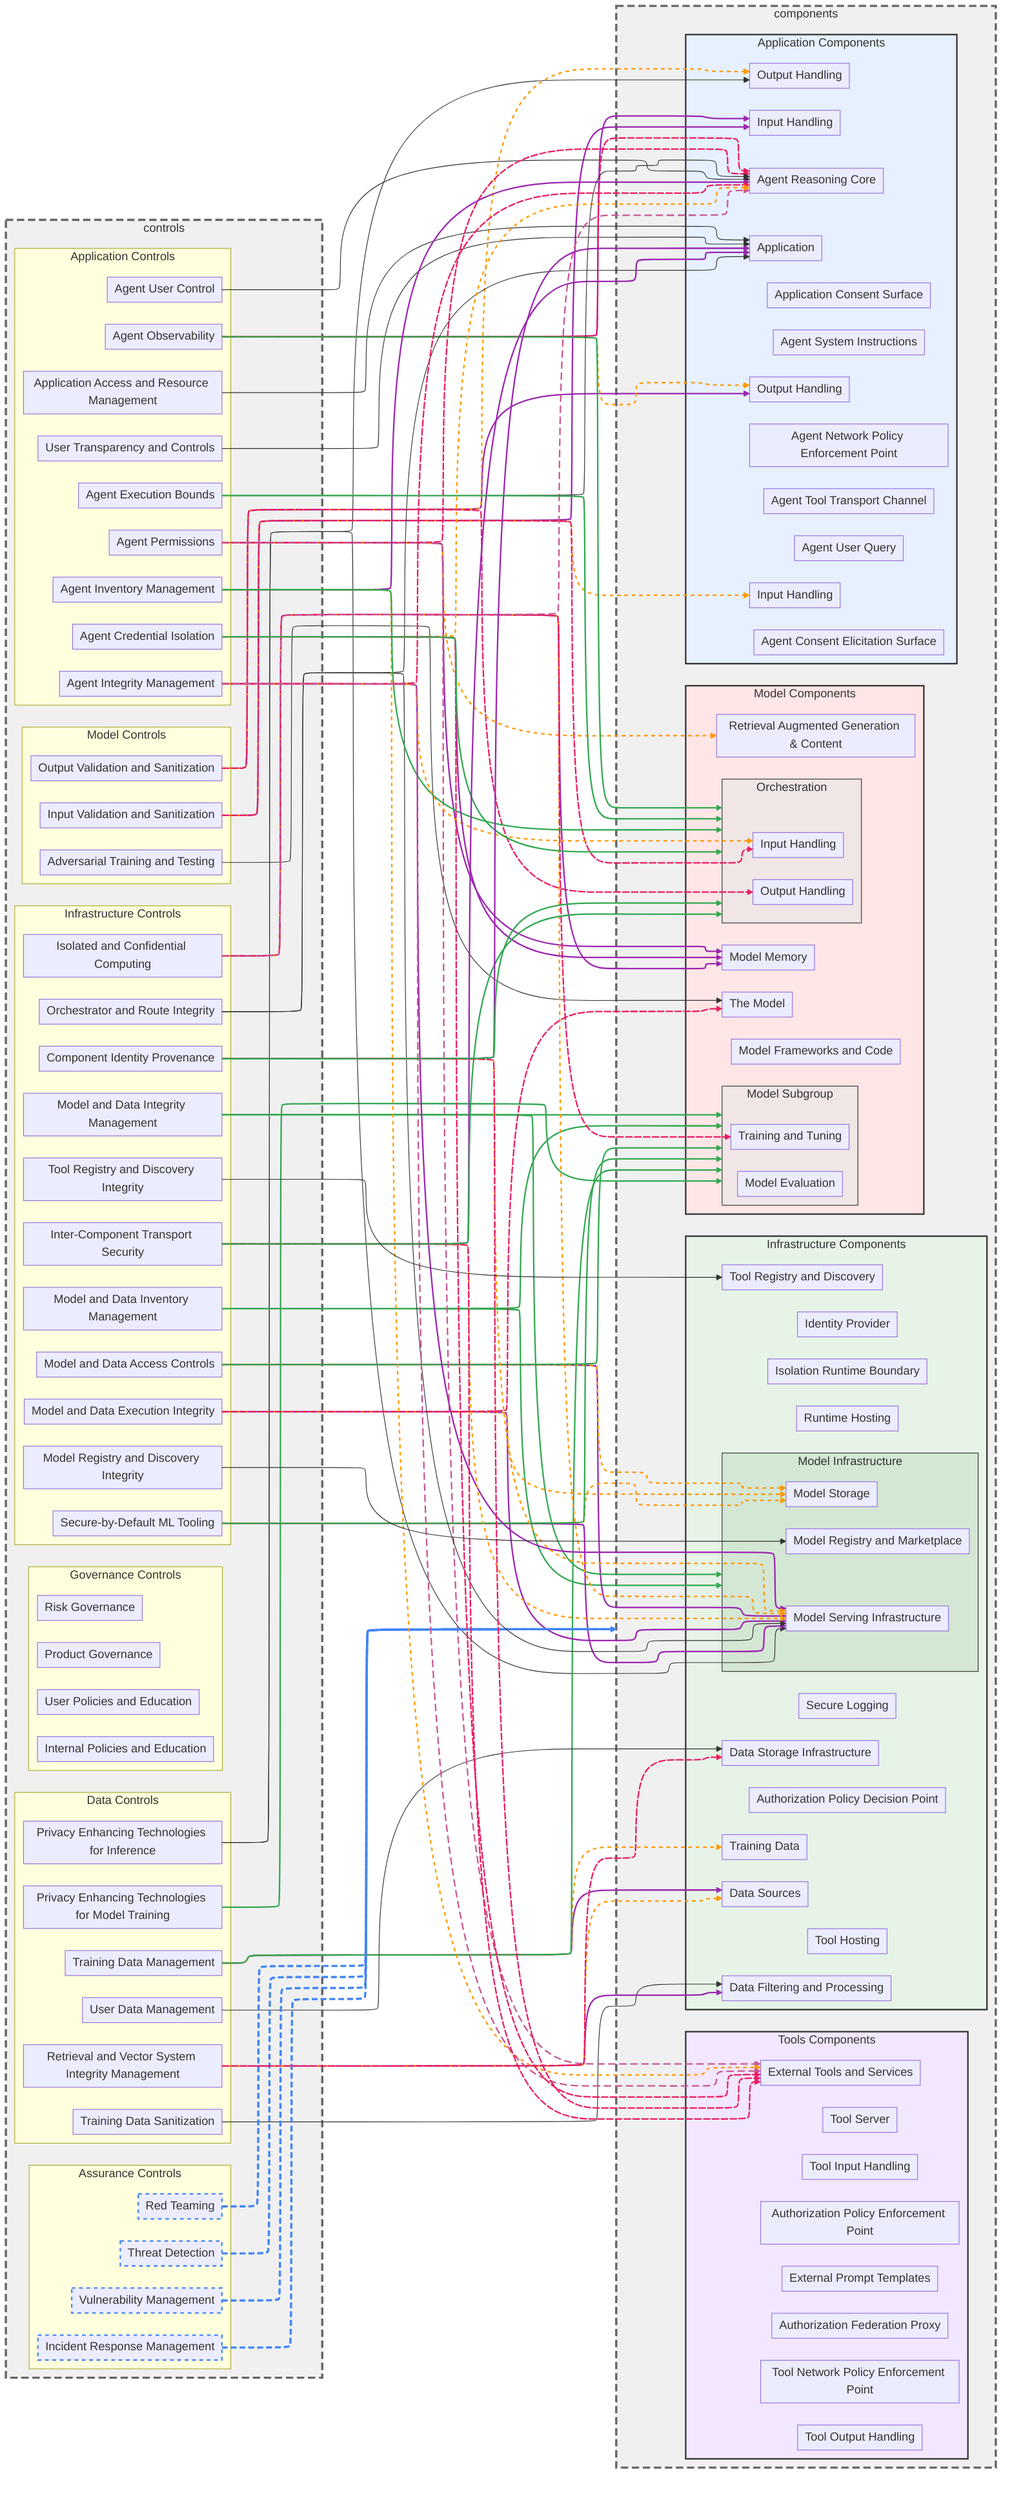
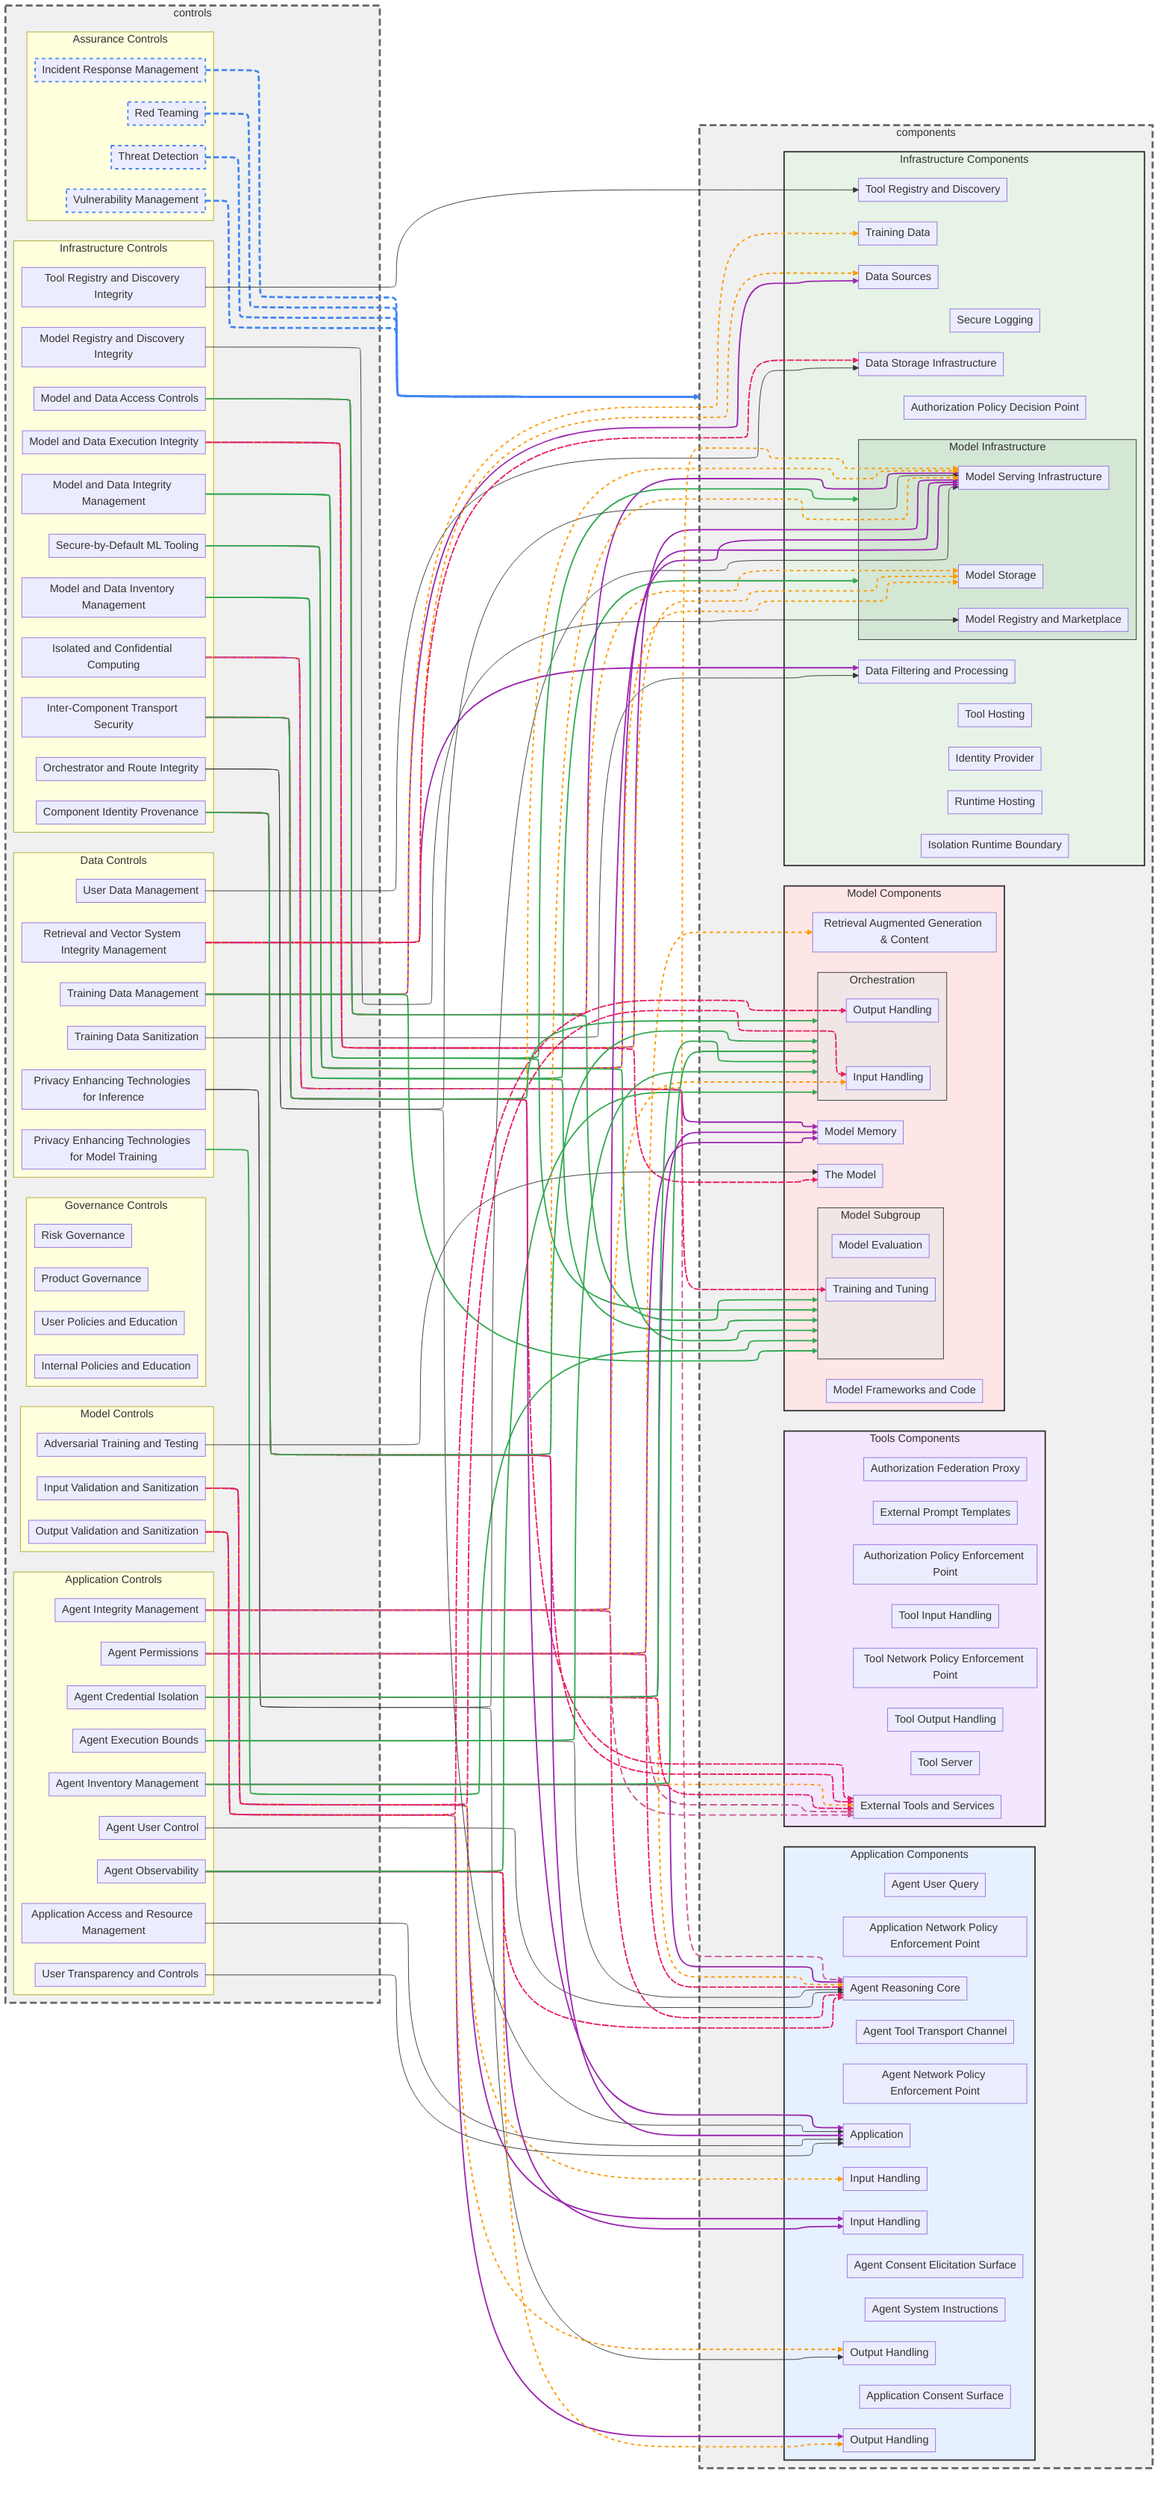
---
config:
  layout: elk
  elk:
    mergeEdges: True
    nodePlacementStrategy: NETWORK_SIMPLEX
---

graph LR
   %%{init: {'flowchart': {'nodeSpacing': 25, 'rankSpacing': 150, 'padding': 5, 'wrappingWidth': 250}}}%%
    classDef hidden display: none;
    classDef allControl stroke:#4285f4,stroke-width:2px,stroke-dasharray: 5 5

    subgraph controls
    subgraph controlsData ["Data Controls"]
        controlModelPrivacyEnhancingTechnologies[Privacy Enhancing Technologies for Model Training]
        controlRetrievalAndVectorSystemIntegrity[Retrieval and Vector System Integrity Management]
        controlRuntimePrivacyEnhancingTechnologies[Privacy Enhancing Technologies for Inference]
        controlTrainingDataManagement[Training Data Management]
        controlTrainingDataSanitization[Training Data Sanitization]
        controlUserDataManagement[User Data Management]
    end

    subgraph controlsInfrastructure ["Infrastructure Controls"]
        controlComponentIdentityProvenance[Component Identity Provenance]
        controlInterComponentTransportSecurity[Inter-Component Transport Security]
        controlIsolatedConfidentialComputing[Isolated and Confidential Computing]
        controlModelAndDataAccessControls[Model and Data Access Controls]
        controlModelAndDataExecutionIntegrity[Model and Data Execution Integrity]
        controlModelAndDataIntegrityManagement[Model and Data Integrity Management]
        controlModelAndDataInventoryManagement[Model and Data Inventory Management]
        controlModelRegistryIntegrity[Model Registry and Discovery Integrity]
        controlOrchestratorAndRouteIntegrity[Orchestrator and Route Integrity]
        controlSecureByDefaultMLTooling[Secure-by-Default ML Tooling]
        controlToolRegistryAndDiscoveryIntegrity[Tool Registry and Discovery Integrity]
    end

    subgraph controlsModel ["Model Controls"]
        controlAdversarialTrainingAndTesting[Adversarial Training and Testing]
        controlInputValidationAndSanitization[Input Validation and Sanitization]
        controlOutputValidationAndSanitization[Output Validation and Sanitization]
    end

    subgraph controlsApplication ["Application Controls"]
        controlAgentCredentialIsolation[Agent Credential Isolation]
        controlAgentExecutionBounds[Agent Execution Bounds]
        controlAgentIntegrityManagement[Agent Integrity Management]
        controlAgentInventoryManagement[Agent Inventory Management]
        controlAgentObservability[Agent Observability]
        controlAgentPluginPermissions[Agent Permissions]
        controlAgentPluginUserControl[Agent User Control]
        controlApplicationAccessManagement[Application Access and Resource Management]
        controlUserTransparencyAndControls[User Transparency and Controls]
    end

    subgraph controlsAssurance ["Assurance Controls"]
        controlIncidentResponseManagement[Incident Response Management]
        controlRedTeaming[Red Teaming]
        controlThreatDetection[Threat Detection]
        controlVulnerabilityManagement[Vulnerability Management]
    end

    subgraph controlsGovernance ["Governance Controls"]
        direction LR
        controlInternalPoliciesAndEducation[Internal Policies and Education]
        controlProductGovernance[Product Governance]
        controlRiskGovernance[Risk Governance]
        controlUserPoliciesAndEducation[User Policies and Education]
    end

    end

    subgraph components
    subgraph componentsInfrastructure ["Infrastructure Components"]
        componentAuthorizationPolicyDecisionPoint[Authorization Policy Decision Point]
        componentDataFilteringAndProcessing[Data Filtering and Processing]
        componentDataSources[Data Sources]
        componentDataStorage[Data Storage Infrastructure]
        componentIdentityProvider[Identity Provider]
        componentIsolationRuntime[Isolation Runtime Boundary]
        componentRuntimeHosting[Runtime Hosting]
        componentSecureLogging[Secure Logging]
        componentToolHosting[Tool Hosting]
        componentToolRegistry[Tool Registry and Discovery]
        componentTrainingData[Training Data]
        subgraph componentsModelInfrastructure ["Model Infrastructure"]
            componentModelRegistry[Model Registry and Marketplace]
            componentModelServing[Model Serving Infrastructure]
            componentModelStorage[Model Storage]
        end
    end

    subgraph componentsModel ["Model Components"]
        componentMemory[Model Memory]
        componentModelFrameworksAndCode[Model Frameworks and Code]
        componentRAGContent[Retrieval Augmented Generation & Content]
        componentTheModel[The Model]
        subgraph componentsModelSubgroup ["Model Subgroup"]
            componentModelEvaluation[Model Evaluation]
            componentModelTrainingTuning[Training and Tuning]
        end
        subgraph componentsOrchestration ["Orchestration"]
            componentOrchestrationInputHandling[Input Handling]
            componentOrchestrationOutputHandling[Output Handling]
        end
    end

    subgraph componentsApplication ["Application Components"]
        componentAgentConsentSurface[Agent Consent Elicitation Surface]
        componentAgentInputHandling[Input Handling]
        componentAgentNetworkPolicyEnforcementPoint[Agent Network Policy Enforcement Point]
        componentAgentOutputHandling[Output Handling]
        componentAgentSystemInstruction[Agent System Instructions]
        componentAgentToolTransport[Agent Tool Transport Channel]
        componentAgentUserQuery[Agent User Query]
        componentApplication[Application]
        componentApplicationConsentSurface[Application Consent Surface]
        componentApplicationInputHandling[Input Handling]
+         componentApplicationNetworkPolicyEnforcementPoint[Application Network Policy Enforcement Point]
        componentApplicationOutputHandling[Output Handling]
        componentReasoningCore[Agent Reasoning Core]
    end

    subgraph componentsTools ["Tools Components"]
        componentAuthorizationPolicyEnforcementPoint[Authorization Policy Enforcement Point]
        componentExternalPromptTemplate[External Prompt Templates]
        componentFederationProxy[Authorization Federation Proxy]
        componentToolInputHandling[Tool Input Handling]
        componentToolNetworkPolicyEnforcementPoint[Tool Network Policy Enforcement Point]
        componentToolOutputHandling[Tool Output Handling]
        componentToolServer[Tool Server]
        componentTools[External Tools and Services]
    end

    end

    %% Control to Component relationships
    controlModelPrivacyEnhancingTechnologies --> componentsModelSubgroup
    controlRuntimePrivacyEnhancingTechnologies --> componentApplicationOutputHandling
    controlRuntimePrivacyEnhancingTechnologies --> componentModelServing
    controlTrainingDataManagement --> componentDataSources
    controlTrainingDataManagement --> componentTrainingData
    controlTrainingDataManagement --> componentsModelSubgroup
    controlTrainingDataSanitization --> componentDataFilteringAndProcessing
    controlUserDataManagement --> componentDataStorage
    controlModelAndDataInventoryManagement --> componentsModelInfrastructure
    controlModelAndDataInventoryManagement --> componentsModelSubgroup
    controlModelAndDataAccessControls --> componentModelServing
    controlModelAndDataAccessControls --> componentModelStorage
    controlModelAndDataAccessControls --> componentsModelSubgroup
    controlModelAndDataIntegrityManagement --> componentsModelInfrastructure
    controlModelAndDataIntegrityManagement --> componentsModelSubgroup
    controlModelAndDataExecutionIntegrity --> componentModelServing
    controlModelAndDataExecutionIntegrity --> componentModelStorage
    controlModelAndDataExecutionIntegrity --> componentTheModel
    controlSecureByDefaultMLTooling --> componentModelServing
    controlSecureByDefaultMLTooling --> componentModelStorage
    controlSecureByDefaultMLTooling --> componentsModelSubgroup
    controlInputValidationAndSanitization --> componentAgentInputHandling
    controlInputValidationAndSanitization --> componentApplicationInputHandling
    controlInputValidationAndSanitization --> componentOrchestrationInputHandling
    controlOutputValidationAndSanitization --> componentAgentOutputHandling
    controlOutputValidationAndSanitization --> componentApplicationOutputHandling
    controlOutputValidationAndSanitization --> componentOrchestrationOutputHandling
    controlAdversarialTrainingAndTesting --> componentTheModel
    controlApplicationAccessManagement --> componentApplication
    controlUserTransparencyAndControls --> componentApplication
    controlAgentPluginUserControl --> componentReasoningCore
    controlAgentPluginPermissions --> componentMemory
    controlAgentPluginPermissions --> componentRAGContent
    controlAgentPluginPermissions --> componentReasoningCore
    controlAgentPluginPermissions --> componentTools
    controlRedTeaming -.-> components
    controlVulnerabilityManagement -.-> components
    controlThreatDetection -.-> components
    controlIncidentResponseManagement -.-> components
    controlAgentObservability --> componentAgentInputHandling
    controlAgentObservability --> componentAgentOutputHandling
    controlAgentObservability --> componentReasoningCore
    controlAgentObservability --> componentsOrchestration
    controlIsolatedConfidentialComputing --> componentMemory
    controlIsolatedConfidentialComputing --> componentModelServing
    controlIsolatedConfidentialComputing --> componentModelTrainingTuning
    controlIsolatedConfidentialComputing --> componentReasoningCore
    controlRetrievalAndVectorSystemIntegrity --> componentDataFilteringAndProcessing
    controlRetrievalAndVectorSystemIntegrity --> componentDataSources
    controlRetrievalAndVectorSystemIntegrity --> componentDataStorage
    controlOrchestratorAndRouteIntegrity --> componentApplication
    controlOrchestratorAndRouteIntegrity --> componentModelServing
    controlAgentInventoryManagement --> componentReasoningCore
    controlAgentInventoryManagement --> componentTools
    controlAgentInventoryManagement --> componentsOrchestration
    controlAgentIntegrityManagement --> componentModelServing
    controlAgentIntegrityManagement --> componentOrchestrationInputHandling
    controlAgentIntegrityManagement --> componentReasoningCore
    controlAgentIntegrityManagement --> componentTools
    controlAgentCredentialIsolation --> componentMemory
    controlAgentCredentialIsolation --> componentReasoningCore
    controlAgentCredentialIsolation --> componentTools
    controlAgentCredentialIsolation --> componentsOrchestration
    controlInterComponentTransportSecurity --> componentApplication
    controlInterComponentTransportSecurity --> componentModelServing
    controlInterComponentTransportSecurity --> componentTools
    controlInterComponentTransportSecurity --> componentsOrchestration
    controlComponentIdentityProvenance --> componentApplication
    controlComponentIdentityProvenance --> componentModelServing
    controlComponentIdentityProvenance --> componentTools
    controlComponentIdentityProvenance --> componentsOrchestration
    controlAgentExecutionBounds --> componentReasoningCore
    controlAgentExecutionBounds --> componentsOrchestration
    controlModelRegistryIntegrity --> componentModelRegistry
    controlToolRegistryAndDiscoveryIntegrity --> componentToolRegistry

    %% Apply styling to controls mapped to 'all'
    controlIncidentResponseManagement:::allControl
    controlRedTeaming:::allControl
    controlThreatDetection:::allControl
    controlVulnerabilityManagement:::allControl

    %% Edge styling
    linkStyle 35,36,37,38 stroke:#4285f4,stroke-width:3px,stroke-dasharray: 8 4
    linkStyle 0,5,8,9,12,13,14,20,42,54,62,66,70,72 stroke:#34a853,stroke-width:2px
    linkStyle 3,10,15,18,21,24,31,39,43,47,52,55,59,63,67 stroke:#9c27b0,stroke-width:2px
    linkStyle 4,11,16,19,22,25,32,40,44,48,53,56,60,64,68 stroke:#ff9800,stroke-width:2px,stroke-dasharray: 5 5
    linkStyle 17,23,26,33,41,45,49,57,61,65,69 stroke:#e91e63,stroke-width:2px,stroke-dasharray: 10 2
    linkStyle 34,46,58 stroke:#C95792,stroke-width:2px,stroke-dasharray: 10 5

%% Node style definitions
    style components fill:#f0f0f0,stroke:#666666,stroke-width:3px,stroke-dasharray: 10 5
    style controls fill:#f0f0f0,stroke:#666666,stroke-width:3px,stroke-dasharray: 10 5
    style componentsInfrastructure fill:#e6f3e6,stroke:#333333,stroke-width:2px
    style componentsApplication fill:#e6f0ff,stroke:#333333,stroke-width:2px
    style componentsModel fill:#ffe6e6,stroke:#333333,stroke-width:2px
    style componentsTools fill:#f3e6ff,stroke:#333333,stroke-width:2px
    style componentsModelInfrastructure fill:#d4e6d4,stroke:#333,stroke-width:1px
    style componentsModelSubgroup fill:#f0e6e6,stroke:#333,stroke-width:1px
    style componentsOrchestration fill:#f0e6e6,stroke:#333,stroke-width:1px
